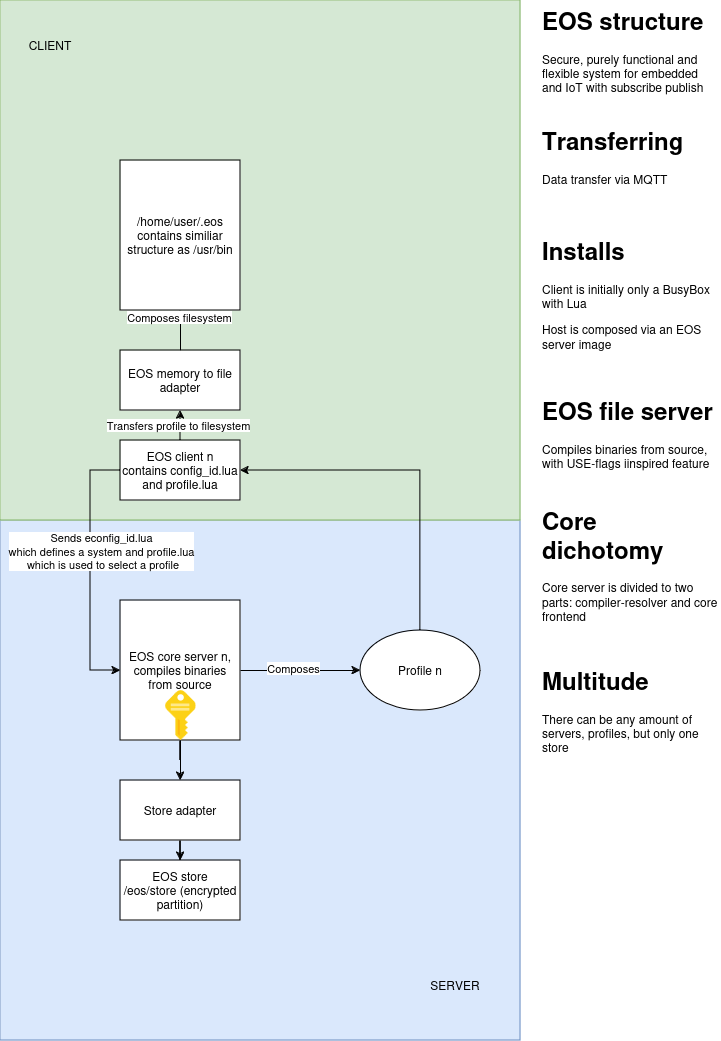
Above: assets/enewald_spec.png in eikrt/eikrt.github.io (draw.io), before the change. Source tidied: cells renumbered, new cells last; positions are measured from the earlier drawing's top-left corner, leaving out a move shared by most shapes.
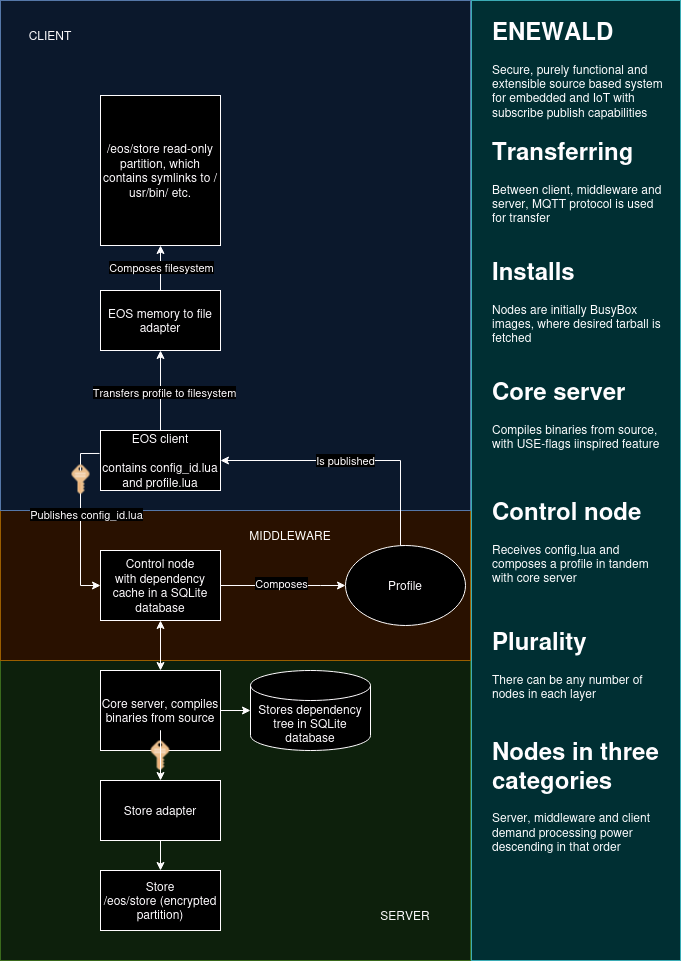
Later version of the same file.

Diff of the diagram source:
```diff
@@ -2,81 +2,96 @@
   <root>
     <mxCell id="0" />
     <mxCell id="1" parent="0" />
-    <mxCell id="2" style="whiteSpace=wrap;html=1;fillColor=#dae8fc;strokeColor=#6c8ebf;" parent="1" vertex="1">
-      <mxGeometry y="520" width="520" height="520" as="geometry" />
-    </mxCell>
-    <mxCell id="3" style="whiteSpace=wrap;html=1;fillColor=#d5e8d4;strokeColor=#82b366;" parent="1" vertex="1">
-      <mxGeometry width="520" height="520" as="geometry" />
-    </mxCell>
+    <mxCell id="32" style="rounded=0;whiteSpace=wrap;html=1;fillColor=#b0e3e6;strokeColor=#0e8088;" parent="1" vertex="1">
+      <mxGeometry x="471" y="-910" width="209" height="960" as="geometry" />
+    </mxCell>
+    <mxCell id="33" style="rounded=0;whiteSpace=wrap;html=1;fillColor=#d5e8d4;strokeColor=#82b366;" parent="1" vertex="1">
+      <mxGeometry y="-250" width="470" height="300" as="geometry" />
+    </mxCell>
+    <mxCell id="34" style="rounded=0;whiteSpace=wrap;html=1;fillColor=#ffe6cc;strokeColor=#d79b00;" parent="1" vertex="1">
+      <mxGeometry y="-400" width="470" height="150" as="geometry" />
+    </mxCell>
+    <mxCell id="35" style="rounded=0;whiteSpace=wrap;html=1;fillColor=#dae8fc;strokeColor=#6c8ebf;" parent="1" vertex="1">
+      <mxGeometry y="-910" width="470" height="510" as="geometry" />
+    </mxCell>
     <mxCell id="4" style="edgeStyle=orthogonalEdgeStyle;rounded=0;jettySize=auto;html=1;" parent="1" edge="1" source="6" target="14">
       <mxGeometry relative="1" as="geometry" />
     </mxCell>
     <mxCell id="5" style="edgeStyle=orthogonalEdgeStyle;rounded=0;jettySize=auto;html=1;entryX=1;entryY=0.5;entryDx=0;entryDy=0;exitX=0.5;exitY=0;exitDx=0;exitDy=0;" parent="1" edge="1" source="15" target="12">
       <mxGeometry relative="1" as="geometry">
         <Array as="points">
-          <mxPoint x="420" y="470" />
+          <mxPoint x="400" y="-450" />
         </Array>
       </mxGeometry>
     </mxCell>
+    <mxCell id="36" value="&lt;div&gt;Is published&lt;/div&gt;" style="edgeLabel;html=1;align=center;verticalAlign=middle;" parent="5" vertex="1">
+      <mxGeometry x="0.08" y="-1" relative="1" as="geometry" />
+    </mxCell>
+    <mxCell id="37" style="edgeStyle=orthogonalEdgeStyle;rounded=0;jettySize=auto;html=1;" parent="1" edge="1" source="6" target="44">
+      <mxGeometry relative="1" as="geometry" />
+    </mxCell>
-    <mxCell id="6" value="EOS core server n, compiles binaries from source" style="rounded=0;whiteSpace=wrap;html=1;" parent="1" vertex="1">
-      <mxGeometry x="120" y="600" width="120" height="140" as="geometry" />
+    <mxCell id="6" value="Core server, compiles binaries from source" style="rounded=0;whiteSpace=wrap;html=1;" parent="1" vertex="1">
+      <mxGeometry x="100" y="-240" width="120" height="80" as="geometry" />
     </mxCell>
-    <mxCell id="7" value="&lt;div&gt;EOS store&lt;/div&gt;&lt;div&gt;/eos/store (encrypted partition)&lt;br&gt;&lt;/div&gt;" style="rounded=0;whiteSpace=wrap;html=1;" parent="1" vertex="1">
-      <mxGeometry x="120" y="860" width="120" height="60" as="geometry" />
+    <mxCell id="7" value="&lt;div&gt;Store&lt;/div&gt;&lt;div&gt;/eos/store (encrypted partition)&lt;br&gt;&lt;/div&gt;" style="rounded=0;whiteSpace=wrap;html=1;" parent="1" vertex="1">
+      <mxGeometry x="100" y="-40" width="120" height="60" as="geometry" />
     </mxCell>
     <mxCell id="8" style="edgeStyle=orthogonalEdgeStyle;rounded=0;jettySize=auto;html=1;" parent="1" edge="1" source="24" target="16">
       <mxGeometry relative="1" as="geometry" />
     </mxCell>
     <mxCell id="9" value="Composes filesystem" style="edgeLabel;html=1;align=center;verticalAlign=middle;" parent="8" vertex="1">
-      <mxGeometry x="0.7" y="2" relative="1" as="geometry" />
+      <mxGeometry x="0.7" y="2" relative="1" as="geometry">
+        <mxPoint x="2" y="14" as="offset" />
+      </mxGeometry>
     </mxCell>
-    <mxCell id="10" style="edgeStyle=orthogonalEdgeStyle;rounded=0;jettySize=auto;html=1;entryX=0;entryY=0.5;entryDx=0;entryDy=0;" parent="1" edge="1" source="12" target="6">
+    <mxCell id="10" style="edgeStyle=orthogonalEdgeStyle;rounded=0;jettySize=auto;html=1;entryX=0;entryY=0.5;entryDx=0;entryDy=0;exitX=-0.008;exitY=0.383;exitDx=0;exitDy=0;exitPerimeter=0;" parent="1" edge="1" source="12">
       <mxGeometry relative="1" as="geometry">
+        <mxPoint x="100" y="-325" as="targetPoint" />
         <Array as="points">
-          <mxPoint x="90" y="470" />
-          <mxPoint x="90" y="670" />
+          <mxPoint x="80" y="-457" />
+          <mxPoint x="80" y="-325" />
         </Array>
       </mxGeometry>
     </mxCell>
-    <mxCell id="11" value="&lt;div&gt;Sends econfig_id.lua&lt;/div&gt;&lt;div&gt;which defines a system and profile.lua&lt;br&gt;&lt;/div&gt;&lt;div&gt;&amp;nbsp;which is used to select a profile &lt;br&gt;&lt;/div&gt;" style="edgeLabel;html=1;align=center;verticalAlign=middle;" parent="10" vertex="1">
+    <mxCell id="11" value="Publishes config_id.lua" style="edgeLabel;html=1;align=center;verticalAlign=middle;" parent="10" vertex="1">
       <mxGeometry x="-0.15" y="-3" relative="1" as="geometry">
-        <mxPoint x="13" as="offset" />
+        <mxPoint x="8" y="8" as="offset" />
       </mxGeometry>
     </mxCell>
-    <mxCell id="12" value="&lt;div&gt;EOS client n&lt;/div&gt;&lt;div&gt;contains config_id.lua and profile.lua&lt;/div&gt;" style="rounded=0;whiteSpace=wrap;html=1;" parent="1" vertex="1">
-      <mxGeometry x="120" y="440" width="120" height="60" as="geometry" />
+    <mxCell id="12" value="&lt;div&gt;EOS client&lt;/div&gt;&lt;div&gt;&lt;br&gt;&lt;/div&gt;&lt;div&gt;contains config_id.lua and profile.lua&lt;/div&gt;" style="rounded=0;whiteSpace=wrap;html=1;" parent="1" vertex="1">
+      <mxGeometry x="100" y="-480" width="120" height="60" as="geometry" />
     </mxCell>
     <mxCell id="13" style="edgeStyle=orthogonalEdgeStyle;rounded=0;jettySize=auto;html=1;" parent="1" edge="1" source="19" target="7">
       <mxGeometry relative="1" as="geometry" />
     </mxCell>
     <mxCell id="14" style="image;sketch=0;html=1;points=[];align=center;fontSize=12;image=img/lib/mscae/Key.svg;" parent="1" vertex="1">
-      <mxGeometry x="164.5" y="690" width="31" height="50" as="geometry" />
+      <mxGeometry x="150.7" y="-170" width="18.6" height="30" as="geometry" />
     </mxCell>
-    <mxCell id="15" value="Profile n" style="ellipse;whiteSpace=wrap;html=1;" parent="1" vertex="1">
-      <mxGeometry x="360" y="630" width="120" height="80" as="geometry" />
+    <mxCell id="15" value="Profile" style="ellipse;whiteSpace=wrap;html=1;" parent="1" vertex="1">
+      <mxGeometry x="345" y="-365" width="120" height="80" as="geometry" />
     </mxCell>
-    <mxCell id="16" value="&lt;div&gt;/home/user/.eos&lt;/div&gt;&lt;div&gt;contains similiar structure as /usr/bin&lt;br&gt;&lt;/div&gt;" style="rounded=0;whiteSpace=wrap;html=1;" parent="1" vertex="1">
-      <mxGeometry x="120" y="160" width="120" height="150" as="geometry" />
+    <mxCell id="16" value="&lt;div&gt;/eos/store read-only partition, which contains symlinks to /usr/bin/ etc.&lt;br&gt;&lt;/div&gt;" style="rounded=0;whiteSpace=wrap;html=1;" parent="1" vertex="1">
+      <mxGeometry x="100" y="-815" width="120" height="150" as="geometry" />
     </mxCell>
-    <mxCell id="17" value="&lt;h1 style=&quot;margin-top: 0px;&quot;&gt;EOS structure&lt;br&gt;&lt;/h1&gt;&lt;p&gt;Secure, purely functional and flexible system for embedded and IoT with subscribe publish&lt;br&gt;&lt;/p&gt;" style="text;html=1;whiteSpace=wrap;overflow=hidden;rounded=0;" parent="1" vertex="1">
-      <mxGeometry x="540" width="180" height="120" as="geometry" />
+    <mxCell id="17" value="&lt;h1 style=&quot;margin-top: 0px;&quot;&gt;ENEWALD&lt;br&gt;&lt;/h1&gt;&lt;p&gt;Secure, purely functional and extensible source based system for embedded and IoT with subscribe publish capabilities&lt;br&gt;&lt;/p&gt;" style="text;html=1;whiteSpace=wrap;overflow=hidden;rounded=0;" parent="1" vertex="1">
+      <mxGeometry x="490" y="-900" width="180" height="120" as="geometry" />
     </mxCell>
     <mxCell id="18" style="edgeStyle=orthogonalEdgeStyle;rounded=0;jettySize=auto;html=1;" parent="1" edge="1" source="14" target="19">
       <mxGeometry relative="1" as="geometry">
         <Array as="points">
-          <mxPoint x="180" y="740" />
-          <mxPoint x="180" y="740" />
+          <mxPoint x="160" y="-180" />
+          <mxPoint x="160" y="-180" />
         </Array>
       </mxGeometry>
     </mxCell>
     <mxCell id="19" value="&lt;div&gt;Store adapter&lt;/div&gt;" style="rounded=0;whiteSpace=wrap;html=1;" parent="1" vertex="1">
-      <mxGeometry x="120" y="780" width="120" height="60" as="geometry" />
+      <mxGeometry x="100" y="-130" width="120" height="60" as="geometry" />
     </mxCell>
-    <mxCell id="20" value="&lt;h1 style=&quot;margin-top: 0px;&quot;&gt;Transferring&lt;/h1&gt;&lt;div&gt;Data transfer via MQTT&lt;br&gt;&lt;/div&gt;" style="text;html=1;whiteSpace=wrap;overflow=hidden;rounded=0;" parent="1" vertex="1">
-      <mxGeometry x="540" y="120" width="180" height="120" as="geometry" />
+    <mxCell id="20" value="&lt;h1 style=&quot;margin-top: 0px;&quot;&gt;Transferring&lt;/h1&gt;&lt;div&gt;Between client, middleware and server, MQTT protocol is used for transfer&lt;br&gt;&lt;/div&gt;" style="text;html=1;whiteSpace=wrap;overflow=hidden;rounded=0;" parent="1" vertex="1">
+      <mxGeometry x="490" y="-780" width="180" height="120" as="geometry" />
     </mxCell>
-    <mxCell id="21" value="&lt;h1 style=&quot;margin-top: 0px;&quot;&gt;Installs&lt;br&gt;&lt;/h1&gt;&lt;p&gt;Client is initially only a BusyBox with Lua&lt;/p&gt;&lt;p&gt;Host is composed via an EOS server image&lt;br&gt;&lt;/p&gt;" style="text;html=1;whiteSpace=wrap;overflow=hidden;rounded=0;" parent="1" vertex="1">
-      <mxGeometry x="540" y="230" width="180" height="120" as="geometry" />
+    <mxCell id="21" value="&lt;h1 style=&quot;margin-top: 0px;&quot;&gt;Installs&lt;br&gt;&lt;/h1&gt;&lt;div&gt;Nodes are initially BusyBox images, where desired tarball is fetched&lt;/div&gt;" style="text;html=1;whiteSpace=wrap;overflow=hidden;rounded=0;" parent="1" vertex="1">
+      <mxGeometry x="490" y="-660" width="180" height="120" as="geometry" />
     </mxCell>
     <mxCell id="22" style="edgeStyle=orthogonalEdgeStyle;rounded=0;jettySize=auto;html=1;" parent="1" edge="1" source="12" target="24">
       <mxGeometry relative="1" as="geometry" />
@@ -85,28 +100,53 @@
       <mxGeometry x="-0.03" y="-3" relative="1" as="geometry" />
     </mxCell>
     <mxCell id="24" value="&lt;div&gt;EOS memory to file adapter&lt;/div&gt;" style="rounded=0;whiteSpace=wrap;html=1;" parent="1" vertex="1">
-      <mxGeometry x="120" y="350" width="120" height="60" as="geometry" />
+      <mxGeometry x="100" y="-620" width="120" height="60" as="geometry" />
     </mxCell>
-    <mxCell id="25" value="&lt;h1 style=&quot;margin-top: 0px;&quot;&gt;EOS file server&lt;br&gt;&lt;/h1&gt;&lt;p&gt;Compiles binaries from source, with USE-flags iinspired feature&lt;br&gt;&lt;/p&gt;" style="text;html=1;whiteSpace=wrap;overflow=hidden;rounded=0;" parent="1" vertex="1">
-      <mxGeometry x="540" y="390" width="180" height="120" as="geometry" />
+    <mxCell id="25" value="&lt;h1 style=&quot;margin-top: 0px;&quot;&gt;Core server&lt;br&gt;&lt;/h1&gt;&lt;p&gt;Compiles binaries from source, with USE-flags iinspired feature&lt;br&gt;&lt;/p&gt;" style="text;html=1;whiteSpace=wrap;overflow=hidden;rounded=0;" parent="1" vertex="1">
+      <mxGeometry x="490" y="-540" width="180" height="120" as="geometry" />
     </mxCell>
-    <mxCell id="26" value="&lt;h1 style=&quot;margin-top: 0px;&quot;&gt;Core dichotomy&lt;br&gt;&lt;/h1&gt;&lt;p&gt;Core server is divided to two parts: compiler-resolver and core frontend&lt;br&gt;&lt;/p&gt;" style="text;html=1;whiteSpace=wrap;overflow=hidden;rounded=0;" parent="1" vertex="1">
-      <mxGeometry x="540" y="500" width="180" height="120" as="geometry" />
-    </mxCell>
     <mxCell id="27" value="CLIENT" style="text;html=1;align=center;verticalAlign=middle;whiteSpace=wrap;rounded=0;" parent="1" vertex="1">
-      <mxGeometry x="20" y="30" width="60" height="30" as="geometry" />
+      <mxGeometry x="20" y="-890" width="60" height="30" as="geometry" />
     </mxCell>
-    <mxCell id="28" style="edgeStyle=orthogonalEdgeStyle;rounded=0;jettySize=auto;html=1;" parent="1" edge="1" source="6" target="15">
-      <mxGeometry relative="1" as="geometry" />
+    <mxCell id="28" style="edgeStyle=orthogonalEdgeStyle;rounded=0;jettySize=auto;html=1;exitX=1;exitY=0.5;exitDx=0;exitDy=0;" parent="1" edge="1" source="38" target="15">
+      <mxGeometry relative="1" as="geometry">
+        <Array as="points">
+          <mxPoint x="320" y="-325" />
+          <mxPoint x="320" y="-325" />
+        </Array>
+      </mxGeometry>
     </mxCell>
     <mxCell id="29" value="Composes" style="edgeLabel;html=1;align=center;verticalAlign=middle;" parent="28" vertex="1">
-      <mxGeometry x="-0.14" y="3" relative="1" as="geometry" />
+      <mxGeometry x="-0.14" y="3" relative="1" as="geometry">
+        <mxPoint x="6" as="offset" />
+      </mxGeometry>
     </mxCell>
     <mxCell id="30" value="SERVER" style="text;html=1;align=center;verticalAlign=middle;whiteSpace=wrap;rounded=0;" parent="1" vertex="1">
-      <mxGeometry x="425" y="970" width="60" height="30" as="geometry" />
+      <mxGeometry x="375" y="-10" width="60" height="30" as="geometry" />
     </mxCell>
+    <mxCell id="38" value="&lt;div&gt;Control node&lt;/div&gt;with dependency cache in a SQLite database" style="rounded=0;whiteSpace=wrap;html=1;" parent="1" vertex="1">
+      <mxGeometry x="100" y="-360" width="120" height="70" as="geometry" />
+    </mxCell>
-    <mxCell id="31" value="&lt;h1 style=&quot;margin-top: 0px;&quot;&gt;Multitude&lt;/h1&gt;&lt;p&gt;There can be any amount of servers, profiles, but only one store&lt;br&gt;&lt;/p&gt;" style="text;html=1;whiteSpace=wrap;overflow=hidden;rounded=0;" parent="1" vertex="1">
-      <mxGeometry x="540" y="660" width="180" height="120" as="geometry" />
+    <mxCell id="31" value="&lt;h1 style=&quot;margin-top: 0px;&quot;&gt;Plurality&lt;/h1&gt;&lt;p&gt;There can be any number of nodes in each layer&lt;br&gt;&lt;/p&gt;" style="text;html=1;whiteSpace=wrap;overflow=hidden;rounded=0;" parent="1" vertex="1">
+      <mxGeometry x="490" y="-290" width="180" height="120" as="geometry" />
     </mxCell>
+    <mxCell id="39" style="image;sketch=0;html=1;align=center;fontSize=12;image=img/lib/mscae/Key.svg;" parent="1" vertex="1">
+      <mxGeometry x="71" y="-446" width="18.6" height="30" as="geometry" />
+    </mxCell>
+    <mxCell id="40" style="endArrow=classic;startArrow=classic;html=1;rounded=0;exitX=0.5;exitY=0;exitDx=0;exitDy=0;entryX=0.5;entryY=1;entryDx=0;entryDy=0;" parent="1" edge="1" source="6" target="38">
+      <mxGeometry relative="1" as="geometry" />
+    </mxCell>
+    <mxCell id="41" value="&lt;h1 style=&quot;margin-top: 0px;&quot;&gt;Control node&lt;br&gt;&lt;/h1&gt;&lt;p&gt;Receives config.lua and composes a profile in tandem with core server&lt;br&gt;&lt;/p&gt;" style="text;html=1;whiteSpace=wrap;overflow=hidden;rounded=0;" parent="1" vertex="1">
+      <mxGeometry x="490" y="-420" width="180" height="120" as="geometry" />
+    </mxCell>
+    <mxCell id="42" value="MIDDLEWARE" style="text;html=1;align=center;verticalAlign=middle;whiteSpace=wrap;rounded=0;" parent="1" vertex="1">
+      <mxGeometry x="260" y="-390" width="60" height="30" as="geometry" />
+    </mxCell>
+    <mxCell id="43" value="&lt;h1 style=&quot;margin-top: 0px;&quot;&gt;Nodes in three categories&lt;br&gt;&lt;/h1&gt;&lt;p&gt;Server, middleware and client demand processing power descending in that order&lt;br&gt;&lt;/p&gt;" style="text;html=1;whiteSpace=wrap;overflow=hidden;rounded=0;" parent="1" vertex="1">
+      <mxGeometry x="490" y="-180" width="180" height="120" as="geometry" />
+    </mxCell>
+    <mxCell id="44" value="Stores dependency tree in SQLite database" style="shape=cylinder3;whiteSpace=wrap;html=1;boundedLbl=1;backgroundOutline=1;size=15;" parent="1" vertex="1">
+      <mxGeometry x="250" y="-240" width="120" height="80" as="geometry" />
+    </mxCell>
   </root>
 </mxGraphModel>
```
